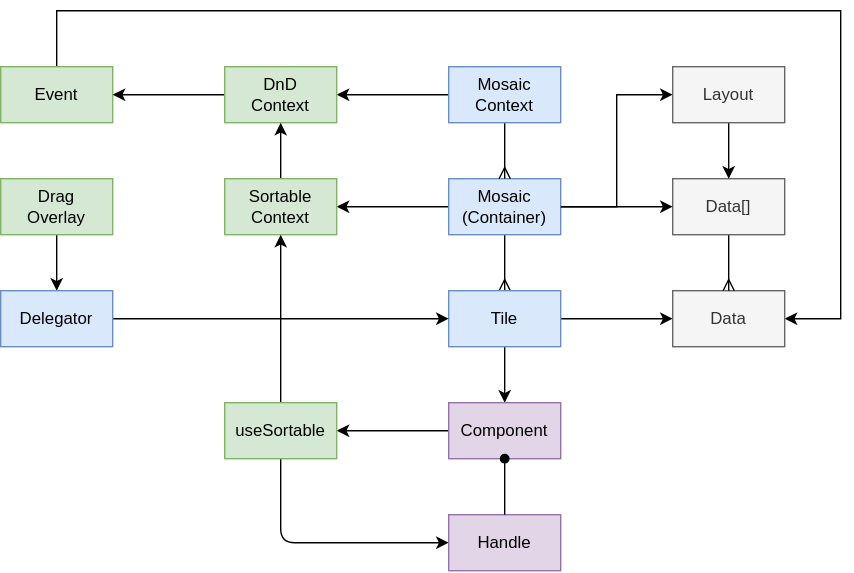
dxos/dxos keeps this draw.io diagram as docs/docs/design/diagrams/dnd.drawio.svg. Above is the earlier version. Source tidied: cells renumbered, new cells last; positions are measured from the earlier drawing's top-left corner, leaving out a move shared by most shapes. The source it was exported from:
```xml
<mxGraphModel>
  <root>
    <mxCell id="0" />
    <mxCell id="1" parent="0" />
    <mxCell id="2" style="edgeStyle=none;html=1;exitX=0.5;exitY=1;exitDx=0;exitDy=0;endArrow=ERmany;endFill=0;" parent="1" edge="1" source="5" target="9">
      <mxGeometry relative="1" as="geometry" />
    </mxCell>
    <mxCell id="3" style="edgeStyle=none;html=1;exitX=0;exitY=0.5;exitDx=0;exitDy=0;startArrow=none;startFill=0;endArrow=classic;endFill=1;" parent="1" edge="1" source="5" target="23">
      <mxGeometry relative="1" as="geometry" />
    </mxCell>
    <mxCell id="4" style="edgeStyle=none;html=1;exitX=1;exitY=0.5;exitDx=0;exitDy=0;entryX=0;entryY=0.5;entryDx=0;entryDy=0;startArrow=none;startFill=0;endArrow=classic;endFill=1;rounded=0;" parent="1" edge="1" source="5" target="30">
      <mxGeometry relative="1" as="geometry">
        <Array as="points">
          <mxPoint x="440" y="140" />
          <mxPoint x="440" y="60" />
        </Array>
      </mxGeometry>
    </mxCell>
    <mxCell id="5" value="Mosaic&lt;br&gt;(Container)" style="rounded=0;whiteSpace=wrap;html=1;fillColor=#dae8fc;strokeColor=#6c8ebf;" parent="1" vertex="1">
      <mxGeometry x="320" y="120" width="80" height="40" as="geometry" />
    </mxCell>
    <mxCell id="6" style="edgeStyle=none;html=1;exitX=1;exitY=0.5;exitDx=0;exitDy=0;" parent="1" edge="1" source="9" target="11">
      <mxGeometry relative="1" as="geometry" />
    </mxCell>
    <mxCell id="7" style="edgeStyle=none;html=1;exitX=0.5;exitY=1;exitDx=0;exitDy=0;entryX=0.5;entryY=0;entryDx=0;entryDy=0;startArrow=none;startFill=0;endArrow=classic;endFill=1;" parent="1" edge="1" source="9" target="19">
      <mxGeometry relative="1" as="geometry" />
    </mxCell>
    <mxCell id="8" style="edgeStyle=none;html=1;startArrow=none;startFill=0;endArrow=classic;endFill=1;" parent="1" edge="1" source="19" target="26">
      <mxGeometry relative="1" as="geometry" />
    </mxCell>
    <mxCell id="9" value="Tile" style="rounded=0;whiteSpace=wrap;html=1;fillColor=#dae8fc;strokeColor=#6c8ebf;" parent="1" vertex="1">
      <mxGeometry x="320" y="200" width="80" height="40" as="geometry" />
    </mxCell>
    <mxCell id="10" style="edgeStyle=none;html=1;endArrow=none;endFill=0;entryX=0.5;entryY=1;entryDx=0;entryDy=0;startArrow=classic;startFill=1;rounded=0;" parent="1" edge="1" source="11" target="18">
      <mxGeometry relative="1" as="geometry">
        <Array as="points">
          <mxPoint x="600" y="220" />
          <mxPoint x="600" />
          <mxPoint x="40" />
        </Array>
      </mxGeometry>
    </mxCell>
    <mxCell id="11" value="Data" style="rounded=0;whiteSpace=wrap;html=1;fillColor=#f5f5f5;fontColor=#333333;strokeColor=#666666;" parent="1" vertex="1">
      <mxGeometry x="480" y="200" width="80" height="40" as="geometry" />
    </mxCell>
    <mxCell id="12" style="edgeStyle=none;html=1;exitX=0.5;exitY=1;exitDx=0;exitDy=0;entryX=0.5;entryY=0;entryDx=0;entryDy=0;endArrow=ERmany;endFill=0;" parent="1" edge="1" source="14" target="5">
      <mxGeometry relative="1" as="geometry" />
    </mxCell>
    <mxCell id="13" style="edgeStyle=none;html=1;exitX=0;exitY=0.5;exitDx=0;exitDy=0;startArrow=none;startFill=0;endArrow=classic;endFill=1;" parent="1" edge="1" source="14" target="21">
      <mxGeometry relative="1" as="geometry" />
    </mxCell>
    <mxCell id="14" value="Mosaic&lt;br&gt;Context" style="rounded=0;whiteSpace=wrap;html=1;fillColor=#dae8fc;strokeColor=#6c8ebf;" parent="1" vertex="1">
      <mxGeometry x="320" y="40" width="80" height="40" as="geometry" />
    </mxCell>
    <mxCell id="15" style="edgeStyle=none;html=1;exitX=0.5;exitY=1;exitDx=0;exitDy=0;endArrow=ERmany;endFill=0;" parent="1" edge="1" source="16" target="11">
      <mxGeometry relative="1" as="geometry" />
    </mxCell>
    <mxCell id="16" value="Data[]" style="rounded=0;whiteSpace=wrap;html=1;fillColor=#f5f5f5;fontColor=#333333;strokeColor=#666666;" parent="1" vertex="1">
      <mxGeometry x="480" y="120" width="80" height="40" as="geometry" />
    </mxCell>
    <mxCell id="17" style="edgeStyle=none;html=1;exitX=1;exitY=0.5;exitDx=0;exitDy=0;entryX=0;entryY=0.5;entryDx=0;entryDy=0;" parent="1" edge="1" source="5" target="16">
      <mxGeometry relative="1" as="geometry" />
    </mxCell>
    <mxCell id="18" value="Event" style="rounded=0;whiteSpace=wrap;html=1;fillColor=#d5e8d4;strokeColor=#82b366;" parent="1" vertex="1">
      <mxGeometry y="40" width="80" height="40" as="geometry" />
    </mxCell>
    <mxCell id="19" value="Component" style="rounded=0;whiteSpace=wrap;html=1;fillColor=#e1d5e7;strokeColor=#9673a6;" parent="1" vertex="1">
      <mxGeometry x="320" y="280" width="80" height="40" as="geometry" />
    </mxCell>
    <mxCell id="20" style="edgeStyle=none;html=1;exitX=0;exitY=0.5;exitDx=0;exitDy=0;startArrow=none;startFill=0;endArrow=classic;endFill=1;" parent="1" edge="1" source="21" target="18">
      <mxGeometry relative="1" as="geometry" />
    </mxCell>
    <mxCell id="21" value="DnD&lt;br&gt;Context" style="rounded=0;whiteSpace=wrap;html=1;fillColor=#d5e8d4;strokeColor=#82b366;" parent="1" vertex="1">
      <mxGeometry x="160" y="40" width="80" height="40" as="geometry" />
    </mxCell>
    <mxCell id="22" style="edgeStyle=none;html=1;exitX=0.5;exitY=0;exitDx=0;exitDy=0;entryX=0.5;entryY=1;entryDx=0;entryDy=0;startArrow=none;startFill=0;endArrow=classic;endFill=1;" parent="1" edge="1" source="23" target="21">
      <mxGeometry relative="1" as="geometry" />
    </mxCell>
    <mxCell id="23" value="Sortable&lt;br&gt;Context" style="rounded=0;whiteSpace=wrap;html=1;fillColor=#d5e8d4;strokeColor=#82b366;" parent="1" vertex="1">
      <mxGeometry x="160" y="120" width="80" height="40" as="geometry" />
    </mxCell>
    <mxCell id="24" style="edgeStyle=none;html=1;exitX=0.5;exitY=0;exitDx=0;exitDy=0;entryX=0.5;entryY=1;entryDx=0;entryDy=0;startArrow=none;startFill=0;endArrow=classic;endFill=1;" parent="1" edge="1" source="26" target="23">
      <mxGeometry relative="1" as="geometry" />
    </mxCell>
    <mxCell id="25" style="edgeStyle=none;html=1;exitX=0.5;exitY=1;exitDx=0;exitDy=0;entryX=0;entryY=0.5;entryDx=0;entryDy=0;startArrow=none;startFill=0;endArrow=classic;endFill=1;" parent="1" edge="1" source="26" target="27">
      <mxGeometry relative="1" as="geometry">
        <Array as="points">
          <mxPoint x="200" y="380" />
        </Array>
      </mxGeometry>
    </mxCell>
    <mxCell id="26" value="useSortable" style="rounded=0;whiteSpace=wrap;html=1;fillColor=#d5e8d4;strokeColor=#82b366;" parent="1" vertex="1">
      <mxGeometry x="160" y="280" width="80" height="40" as="geometry" />
    </mxCell>
    <mxCell id="27" value="Handle" style="rounded=0;whiteSpace=wrap;html=1;fillColor=#e1d5e7;strokeColor=#9673a6;" parent="1" vertex="1">
      <mxGeometry x="320" y="360" width="80" height="40" as="geometry" />
    </mxCell>
    <mxCell id="28" style="edgeStyle=none;html=1;exitX=0.5;exitY=1;exitDx=0;exitDy=0;startArrow=oval;startFill=1;endArrow=none;endFill=0;" parent="1" edge="1" source="19" target="27">
      <mxGeometry relative="1" as="geometry" />
    </mxCell>
    <mxCell id="29" style="edgeStyle=none;html=1;exitX=0.5;exitY=1;exitDx=0;exitDy=0;startArrow=none;startFill=0;endArrow=classic;endFill=1;" parent="1" edge="1" source="30" target="16">
      <mxGeometry relative="1" as="geometry" />
    </mxCell>
    <mxCell id="30" value="Layout" style="rounded=0;whiteSpace=wrap;html=1;fillColor=#f5f5f5;fontColor=#333333;strokeColor=#666666;" parent="1" vertex="1">
      <mxGeometry x="480" y="40" width="80" height="40" as="geometry" />
    </mxCell>
    <mxCell id="31" style="edgeStyle=none;html=1;exitX=0.5;exitY=1;exitDx=0;exitDy=0;startArrow=none;startFill=0;endArrow=classic;endFill=1;" parent="1" edge="1" source="32" target="34">
      <mxGeometry relative="1" as="geometry" />
    </mxCell>
    <mxCell id="32" value="Drag&lt;br&gt;Overlay" style="rounded=0;whiteSpace=wrap;html=1;fillColor=#d5e8d4;strokeColor=#82b366;" parent="1" vertex="1">
      <mxGeometry y="120" width="80" height="40" as="geometry" />
    </mxCell>
    <mxCell id="33" style="edgeStyle=none;html=1;exitX=1;exitY=0.5;exitDx=0;exitDy=0;startArrow=none;startFill=0;endArrow=classic;endFill=1;" parent="1" edge="1" source="34" target="9">
      <mxGeometry relative="1" as="geometry" />
    </mxCell>
    <mxCell id="34" value="Delegator" style="rounded=0;whiteSpace=wrap;html=1;fillColor=#dae8fc;strokeColor=#6c8ebf;" parent="1" vertex="1">
      <mxGeometry y="200" width="80" height="40" as="geometry" />
    </mxCell>
  </root>
</mxGraphModel>
```
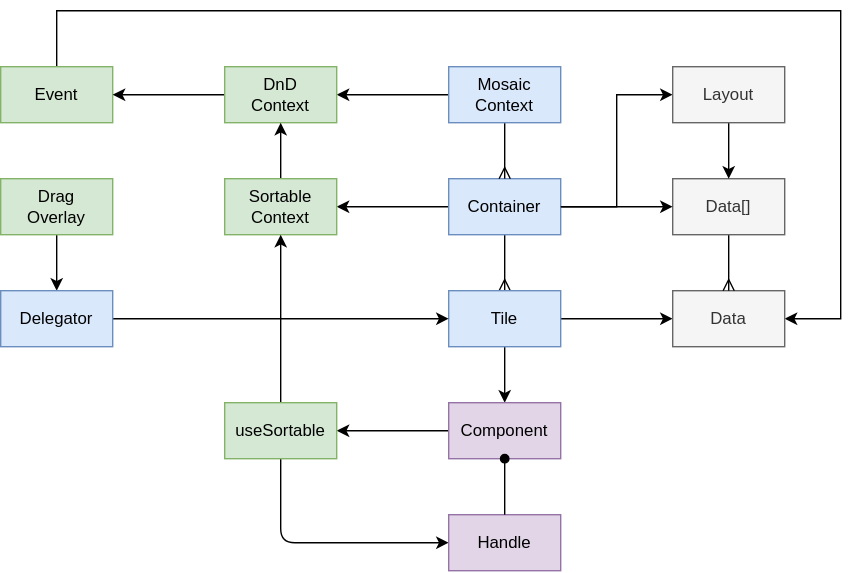
After the commit.

Change to the diagram source:
```diff
@@ -16,7 +16,7 @@
         </Array>
       </mxGeometry>
     </mxCell>
-    <mxCell id="5" value="Mosaic&lt;br&gt;(Container)" style="rounded=0;whiteSpace=wrap;html=1;fillColor=#dae8fc;strokeColor=#6c8ebf;" parent="1" vertex="1">
+    <mxCell id="5" value="Container" style="rounded=0;whiteSpace=wrap;html=1;fillColor=#dae8fc;strokeColor=#6c8ebf;" parent="1" vertex="1">
       <mxGeometry x="320" y="120" width="80" height="40" as="geometry" />
     </mxCell>
     <mxCell id="6" style="edgeStyle=none;html=1;exitX=1;exitY=0.5;exitDx=0;exitDy=0;" parent="1" edge="1" source="9" target="11">
```
